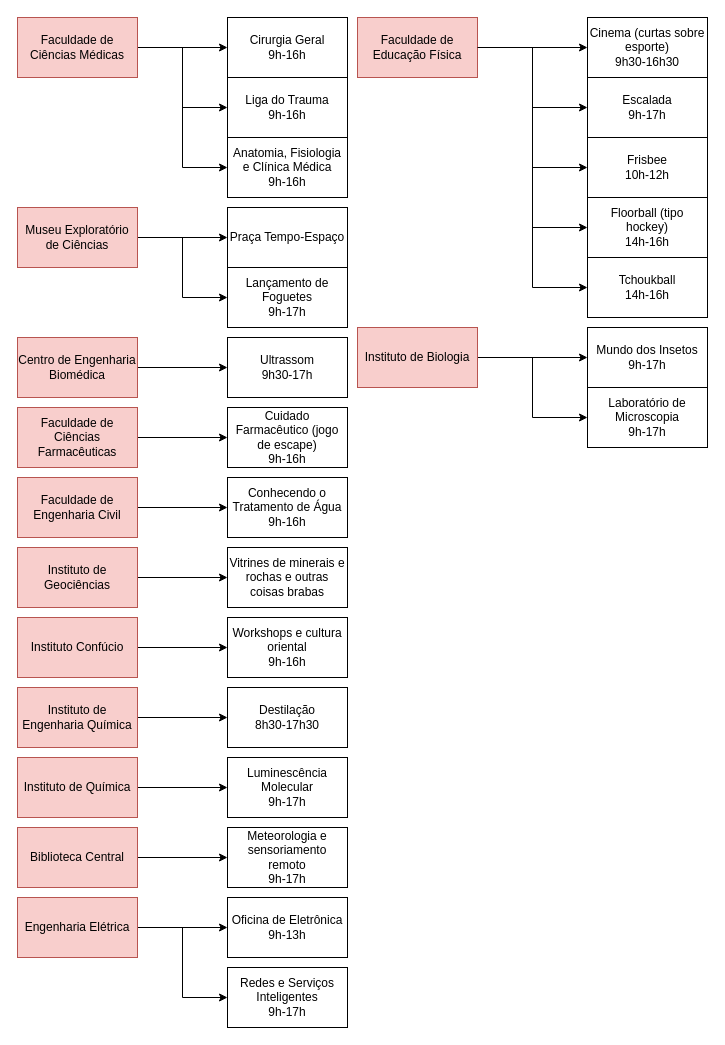
Before: page "Horários" (2 of 2) of planounicamp.drawio in levitheworst/personal, a draw.io diagram. Source tidied: cells renumbered, new cells numbered last; positions are measured from the earlier drawing's top-left corner, leaving out a move shared by most shapes. Both pictures are drawn from the tidied source at 100%, with x=0, y=0 at pixel (17, 17).
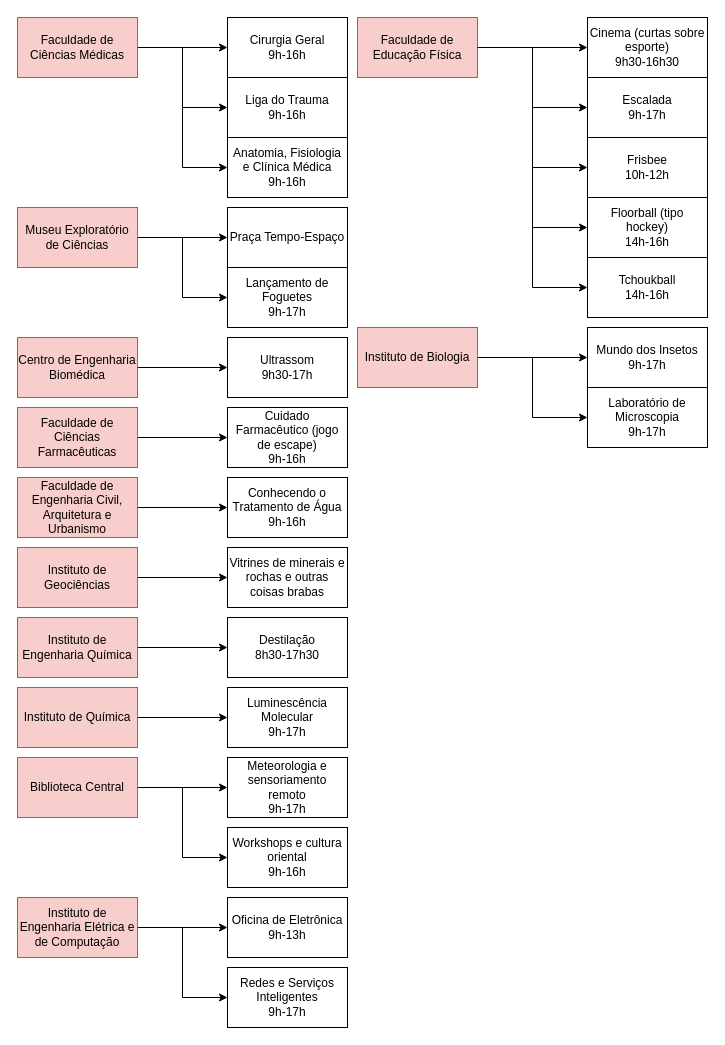
The same diagram, later.

Diff of the diagram source:
```diff
@@
-    <mxCell id="21" value="Faculdade de Engenharia Civil" style="rounded=0;whiteSpace=wrap;html=1;fillColor=#f8cecc;strokeColor=#b85450;" parent="1" vertex="1">
+    <mxCell id="21" value="Faculdade de Engenharia Civil, Arquitetura e Urbanismo" style="rounded=0;whiteSpace=wrap;html=1;fillColor=#f8cecc;strokeColor=#b85450;" parent="1" vertex="1">
       <mxGeometry y="460" width="120" height="60" as="geometry" />
     </mxCell>
@@
-    <mxCell id="26" style="edgeStyle=orthogonalEdgeStyle;rounded=0;jettySize=auto;html=1;exitX=1;exitY=0.5;exitDx=0;exitDy=0;entryX=0;entryY=0.5;entryDx=0;entryDy=0;" parent="1" edge="1" source="27" target="28">
-      <mxGeometry relative="1" as="geometry" />
-    </mxCell>
-    <mxCell id="27" value="Instituto Confúcio" style="rounded=0;whiteSpace=wrap;html=1;fillColor=#f8cecc;strokeColor=#b85450;" parent="1" vertex="1">
-      <mxGeometry y="600" width="120" height="60" as="geometry" />
-    </mxCell>
     <mxCell id="28" value="Workshops e cultura oriental&lt;div&gt;9h-16h&lt;/div&gt;" style="rounded=0;whiteSpace=wrap;html=1;" parent="1" vertex="1">
-      <mxGeometry x="210" y="600" width="120" height="60" as="geometry" />
+      <mxGeometry x="210" y="810" width="120" height="60" as="geometry" />
     </mxCell>
@@
     <mxCell id="30" value="Instituto de Engenharia Química" style="rounded=0;whiteSpace=wrap;html=1;fillColor=#f8cecc;strokeColor=#b85450;" parent="1" vertex="1">
-      <mxGeometry y="670" width="120" height="60" as="geometry" />
+      <mxGeometry y="600" width="120" height="60" as="geometry" />
     </mxCell>
     <mxCell id="31" value="Destilação&lt;div&gt;8h30-17h30&lt;/div&gt;" style="rounded=0;whiteSpace=wrap;html=1;" parent="1" vertex="1">
-      <mxGeometry x="210" y="670" width="120" height="60" as="geometry" />
+      <mxGeometry x="210" y="600" width="120" height="60" as="geometry" />
     </mxCell>
@@
     <mxCell id="33" value="Instituto de Química" style="rounded=0;whiteSpace=wrap;html=1;fillColor=#f8cecc;strokeColor=#b85450;" parent="1" vertex="1">
-      <mxGeometry y="740" width="120" height="60" as="geometry" />
+      <mxGeometry y="670" width="120" height="60" as="geometry" />
     </mxCell>
     <mxCell id="34" value="Luminescência Molecular&lt;div&gt;9h-17h&lt;/div&gt;" style="rounded=0;whiteSpace=wrap;html=1;" parent="1" vertex="1">
-      <mxGeometry x="210" y="740" width="120" height="60" as="geometry" />
+      <mxGeometry x="210" y="670" width="120" height="60" as="geometry" />
     </mxCell>
@@
+    <mxCell id="59" style="edgeStyle=orthogonalEdgeStyle;rounded=0;jettySize=auto;html=1;exitX=1;exitY=0.5;exitDx=0;exitDy=0;entryX=0;entryY=0.5;entryDx=0;entryDy=0;" parent="1" edge="1" source="36" target="28">
+      <mxGeometry relative="1" as="geometry" />
+    </mxCell>
     <mxCell id="36" value="Biblioteca Central" style="rounded=0;whiteSpace=wrap;html=1;fillColor=#f8cecc;strokeColor=#b85450;" parent="1" vertex="1">
-      <mxGeometry y="810" width="120" height="60" as="geometry" />
+      <mxGeometry y="740" width="120" height="60" as="geometry" />
     </mxCell>
     <mxCell id="37" value="Meteorologia e sensoriamento remoto&lt;div&gt;9h-17h&lt;/div&gt;" style="rounded=0;whiteSpace=wrap;html=1;" parent="1" vertex="1">
-      <mxGeometry x="210" y="810" width="120" height="60" as="geometry" />
+      <mxGeometry x="210" y="740" width="120" height="60" as="geometry" />
     </mxCell>
@@
-    <mxCell id="40" value="Engenharia Elétrica" style="rounded=0;whiteSpace=wrap;html=1;fillColor=#f8cecc;strokeColor=#b85450;" parent="1" vertex="1">
+    <mxCell id="40" value="Instituto de Engenharia Elétrica e de Computação" style="rounded=0;whiteSpace=wrap;html=1;fillColor=#f8cecc;strokeColor=#b85450;" parent="1" vertex="1">
       <mxGeometry y="880" width="120" height="60" as="geometry" />
     </mxCell>
```
